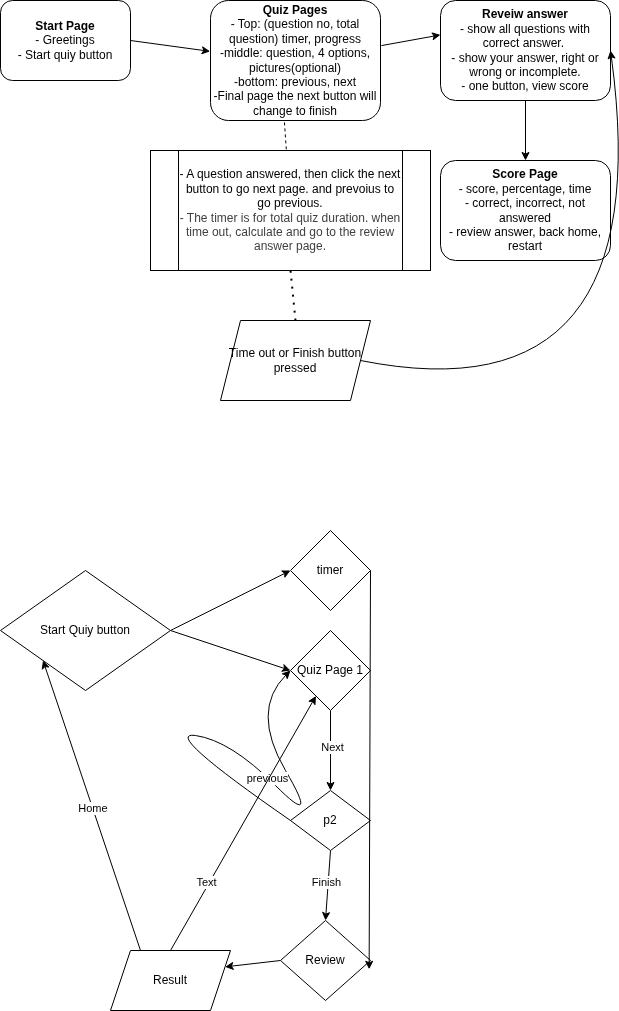
The draw.io diagram QuizApp/resources/logic_flow.drawio.png in geniesaiful/projects, before a commit. Source tidied: cells renumbered, new cells last; positions are measured from the earlier drawing's top-left corner, leaving out a move shared by most shapes.
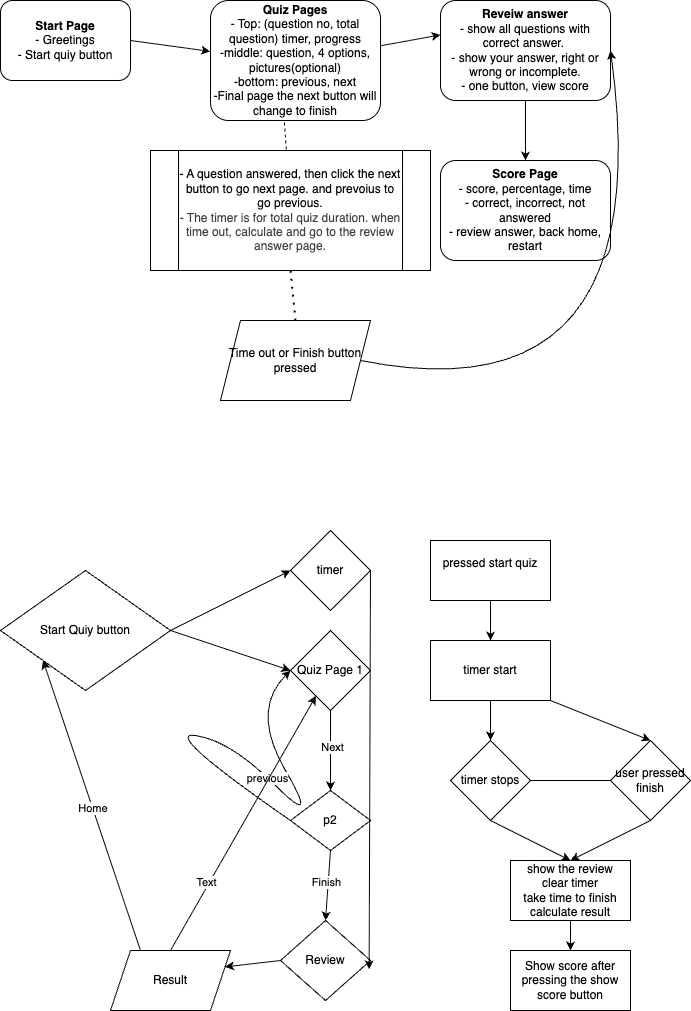
After the change.

Commit message:
timer added. html broke.

The edit, as a diff of the source:
```diff
@@ -117,5 +117,46 @@
     <mxCell id="34" value="Result" style="shape=parallelogram;perimeter=parallelogramPerimeter;whiteSpace=wrap;html=1;fixedSize=1;" parent="1" vertex="1">
       <mxGeometry x="110" y="950" width="120" height="60" as="geometry" />
     </mxCell>
+    <mxCell id="35" style="edgeStyle=none;html=1;exitX=0.5;exitY=1;exitDx=0;exitDy=0;entryX=0.5;entryY=0;entryDx=0;entryDy=0;" parent="1" edge="1" source="36" target="39">
+      <mxGeometry relative="1" as="geometry" />
+    </mxCell>
+    <mxCell id="36" value="pressed start quiz&lt;div&gt;&lt;br&gt;&lt;/div&gt;" style="rounded=0;whiteSpace=wrap;html=1;" parent="1" vertex="1">
+      <mxGeometry x="430" y="540" width="120" height="60" as="geometry" />
+    </mxCell>
+    <mxCell id="37" style="edgeStyle=none;html=1;" parent="1" edge="1" source="39">
+      <mxGeometry relative="1" as="geometry">
+        <mxPoint x="490" y="740" as="targetPoint" />
+      </mxGeometry>
+    </mxCell>
+    <mxCell id="38" style="edgeStyle=none;html=1;exitX=1;exitY=1;exitDx=0;exitDy=0;entryX=0.5;entryY=0;entryDx=0;entryDy=0;" parent="1" edge="1" source="39" target="43">
+      <mxGeometry relative="1" as="geometry" />
+    </mxCell>
+    <mxCell id="39" value="timer start" style="rounded=0;whiteSpace=wrap;html=1;" parent="1" vertex="1">
+      <mxGeometry x="430" y="640" width="120" height="60" as="geometry" />
+    </mxCell>
+    <mxCell id="40" style="edgeStyle=none;html=1;exitX=0.5;exitY=1;exitDx=0;exitDy=0;entryX=0.5;entryY=0;entryDx=0;entryDy=0;" parent="1" edge="1" source="41" target="46">
+      <mxGeometry relative="1" as="geometry" />
+    </mxCell>
+    <mxCell id="41" value="timer stops" style="rhombus;whiteSpace=wrap;html=1;" parent="1" vertex="1">
+      <mxGeometry x="450" y="740" width="80" height="80" as="geometry" />
+    </mxCell>
+    <mxCell id="42" style="edgeStyle=none;html=1;exitX=0.5;exitY=1;exitDx=0;exitDy=0;entryX=0.5;entryY=0;entryDx=0;entryDy=0;" parent="1" edge="1" source="43" target="46">
+      <mxGeometry relative="1" as="geometry" />
+    </mxCell>
+    <mxCell id="43" value="user pressed finish" style="rhombus;whiteSpace=wrap;html=1;" parent="1" vertex="1">
+      <mxGeometry x="610" y="740" width="80" height="80" as="geometry" />
+    </mxCell>
+    <mxCell id="44" style="endArrow=none;html=1;entryX=0;entryY=0.5;entryDx=0;entryDy=0;exitX=1;exitY=0.5;exitDx=0;exitDy=0;" parent="1" edge="1" source="41" target="43">
+      <mxGeometry relative="1" as="geometry" />
+    </mxCell>
+    <mxCell id="45" style="edgeStyle=none;html=1;" parent="1" edge="1" source="46" target="47">
+      <mxGeometry relative="1" as="geometry" />
+    </mxCell>
+    <mxCell id="46" value="show the review&lt;div&gt;clear timer&lt;/div&gt;&lt;div&gt;take time to finish&lt;/div&gt;&lt;div&gt;calculate result&lt;/div&gt;" style="rounded=0;whiteSpace=wrap;html=1;" parent="1" vertex="1">
+      <mxGeometry x="510" y="860" width="120" height="60" as="geometry" />
+    </mxCell>
+    <mxCell id="47" value="Show score after pressing the show score button" style="rounded=0;whiteSpace=wrap;html=1;" parent="1" vertex="1">
+      <mxGeometry x="510" y="950" width="120" height="60" as="geometry" />
+    </mxCell>
   </root>
 </mxGraphModel>
```
